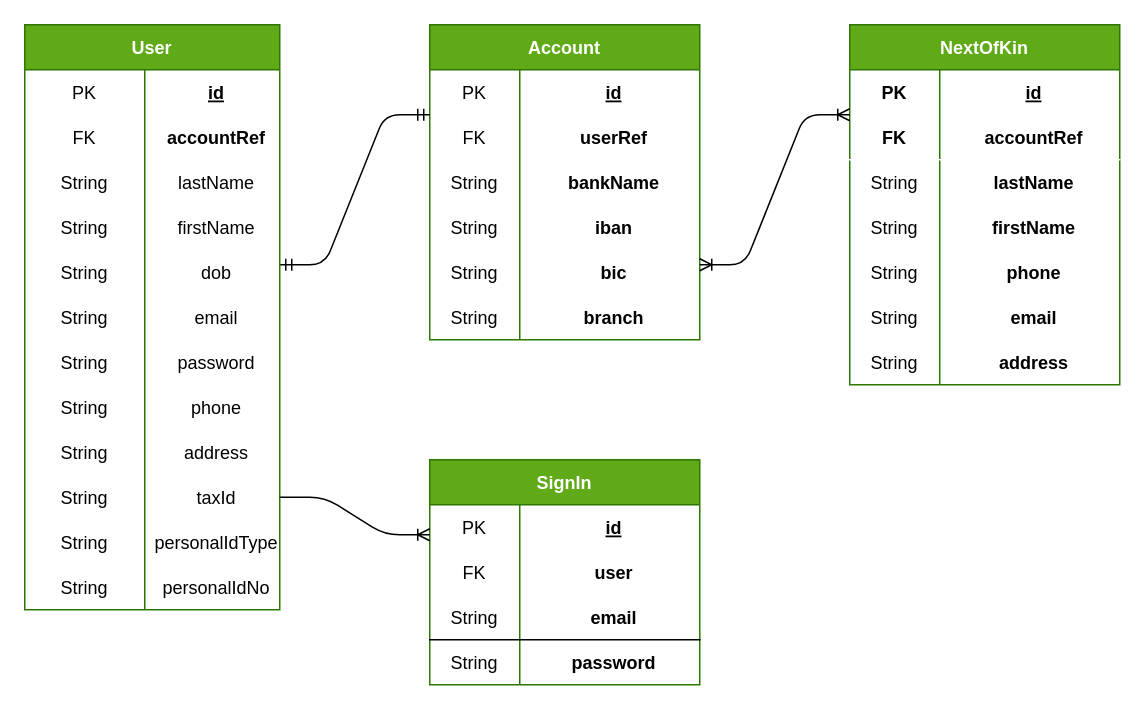
The draw.io diagram server/database.erm.dio in emmanuelonah/africlite-bank, before the edit. Source tidied: cells renumbered, new cells numbered last; positions are measured from the earlier drawing's top-left corner, leaving out a move shared by most shapes. Both pictures are drawn from the tidied source at 150%, with x=0, y=0 at pixel (24, 24).
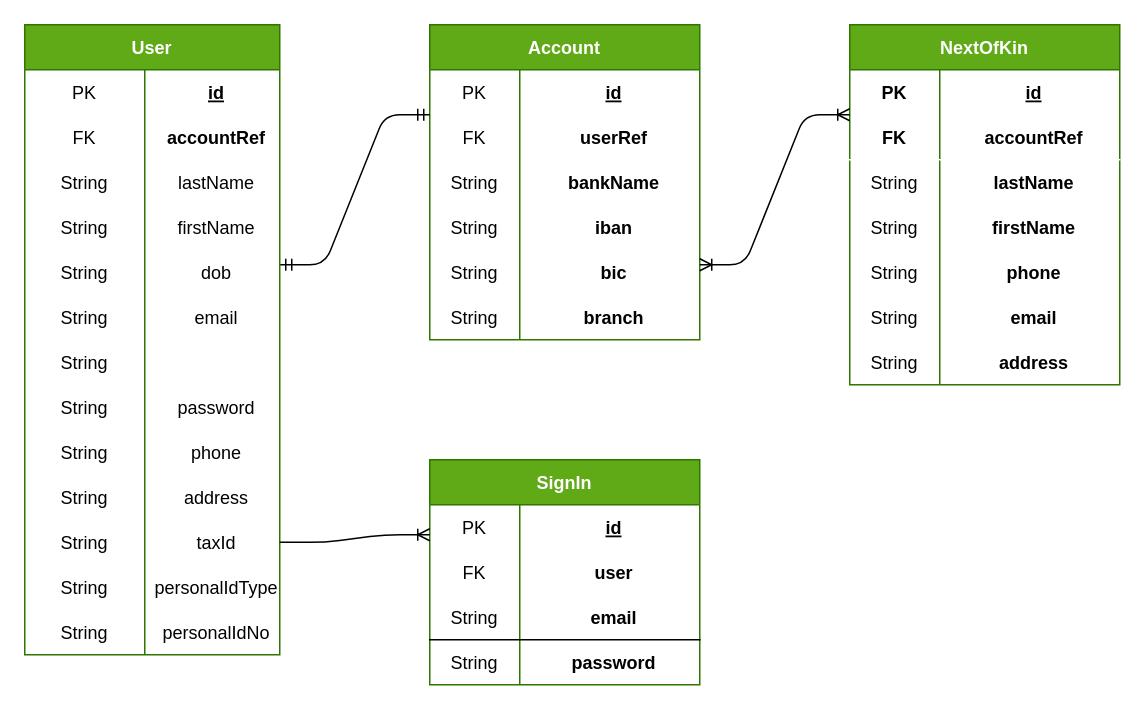
Above is the later version.

What changed in the source:
```diff
@@
     <mxCell id="45" value="User" style="shape=table;startSize=30;childLayout=tableLayout;rowLines=0;fontStyle=1;align=center;fillColor=#60a917;fontColor=#ffffff;strokeColor=#2D7600;" parent="1" vertex="1">
-      <mxGeometry width="170" height="390" as="geometry" />
+      <mxGeometry width="170" height="420" as="geometry" />
     </mxCell>
@@
+    <mxCell id="96" style="shape=tableRow;horizontal=0;startSize=0;swimlaneHead=0;swimlaneBody=0;fillColor=none;top=0;left=0;right=0;bottom=0;" parent="45" vertex="1">
+      <mxGeometry y="210" width="170" height="30" as="geometry" />
+    </mxCell>
+    <mxCell id="97" value="String" style="shape=partialRectangle;fillColor=none;top=0;left=0;bottom=0;right=0;overflow=hidden;align=center;" parent="96" vertex="1">
+      <mxGeometry width="80" height="30" as="geometry" />
+    </mxCell>
+    <mxCell id="98" style="shape=partialRectangle;fillColor=none;top=0;left=0;bottom=0;right=0;align=center;spacingLeft=6;overflow=hidden;" parent="96" vertex="1">
+      <mxGeometry x="80" width="90" height="30" as="geometry" />
+    </mxCell>
     <mxCell id="64" style="shape=tableRow;horizontal=0;startSize=0;swimlaneHead=0;swimlaneBody=0;fillColor=none;top=0;left=0;right=0;bottom=0;" parent="45" vertex="1">
-      <mxGeometry y="210" width="170" height="30" as="geometry" />
+      <mxGeometry y="240" width="170" height="30" as="geometry" />
     </mxCell>
@@
     <mxCell id="67" style="shape=tableRow;horizontal=0;startSize=0;swimlaneHead=0;swimlaneBody=0;fillColor=none;top=0;left=0;right=0;bottom=0;" parent="45" vertex="1">
-      <mxGeometry y="240" width="170" height="30" as="geometry" />
+      <mxGeometry y="270" width="170" height="30" as="geometry" />
     </mxCell>
@@
     <mxCell id="70" style="shape=tableRow;horizontal=0;startSize=0;swimlaneHead=0;swimlaneBody=0;fillColor=none;top=0;left=0;right=0;bottom=0;" parent="45" vertex="1">
-      <mxGeometry y="270" width="170" height="30" as="geometry" />
+      <mxGeometry y="300" width="170" height="30" as="geometry" />
     </mxCell>
@@
     <mxCell id="73" style="shape=tableRow;horizontal=0;startSize=0;swimlaneHead=0;swimlaneBody=0;fillColor=none;points=[[0,0.5],[1,0.5]];portConstraint=eastwest;top=0;left=0;right=0;bottom=0;" parent="45" vertex="1">
-      <mxGeometry y="300" width="170" height="30" as="geometry" />
+      <mxGeometry y="330" width="170" height="30" as="geometry" />
     </mxCell>
@@
     <mxCell id="76" style="shape=tableRow;horizontal=0;startSize=0;swimlaneHead=0;swimlaneBody=0;fillColor=none;top=0;left=0;right=0;bottom=0;" parent="45" vertex="1">
-      <mxGeometry y="330" width="170" height="30" as="geometry" />
+      <mxGeometry y="360" width="170" height="30" as="geometry" />
     </mxCell>
@@
     <mxCell id="79" style="shape=tableRow;horizontal=0;startSize=0;swimlaneHead=0;swimlaneBody=0;fillColor=none;top=0;left=0;right=0;bottom=0;" parent="45" vertex="1">
-      <mxGeometry y="360" width="170" height="30" as="geometry" />
+      <mxGeometry y="390" width="170" height="30" as="geometry" />
     </mxCell>
```
